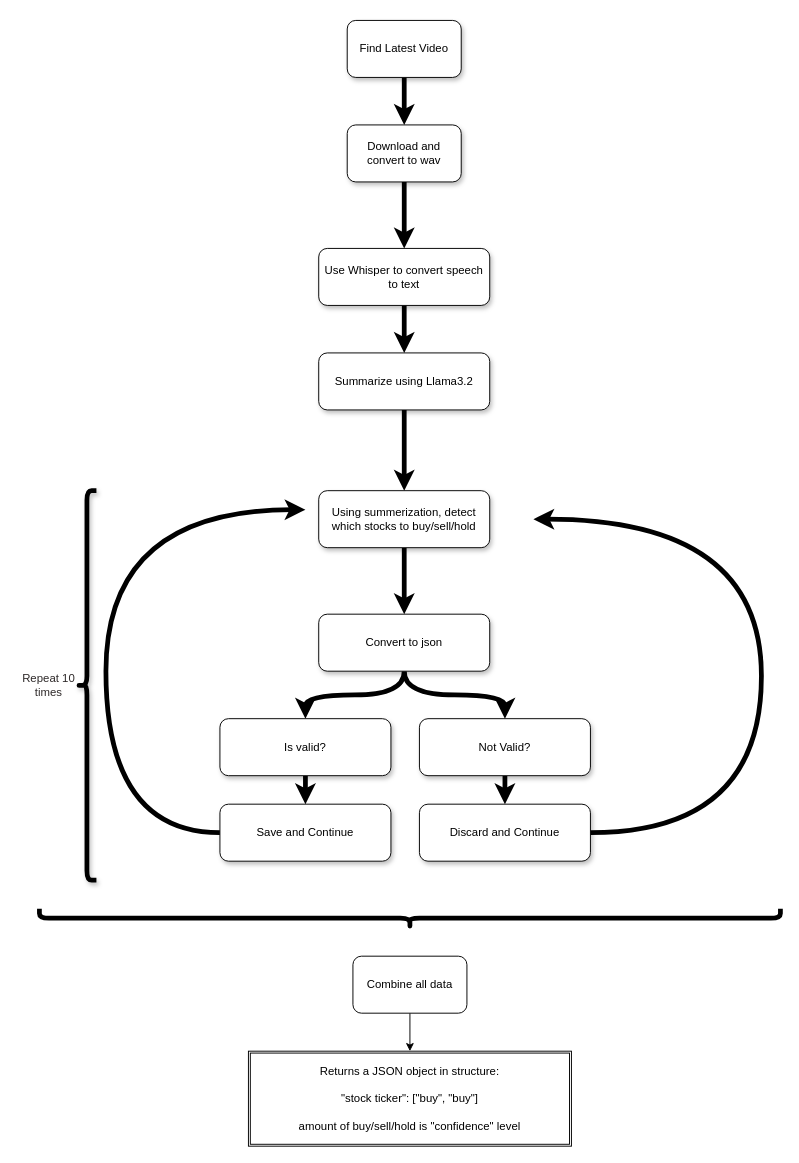
This is page "C4 Context" (1 of 4) of draw.drawio from ved-patel226/MadMoneyAI, a draw.io file, before an edit. Source tidied: cells renumbered, new cells numbered last; positions are measured from the earlier drawing's top-left corner, leaving out a move shared by most shapes. Both pictures are drawn from the tidied source at 95%, with x=0, y=0 at pixel (20, 20).
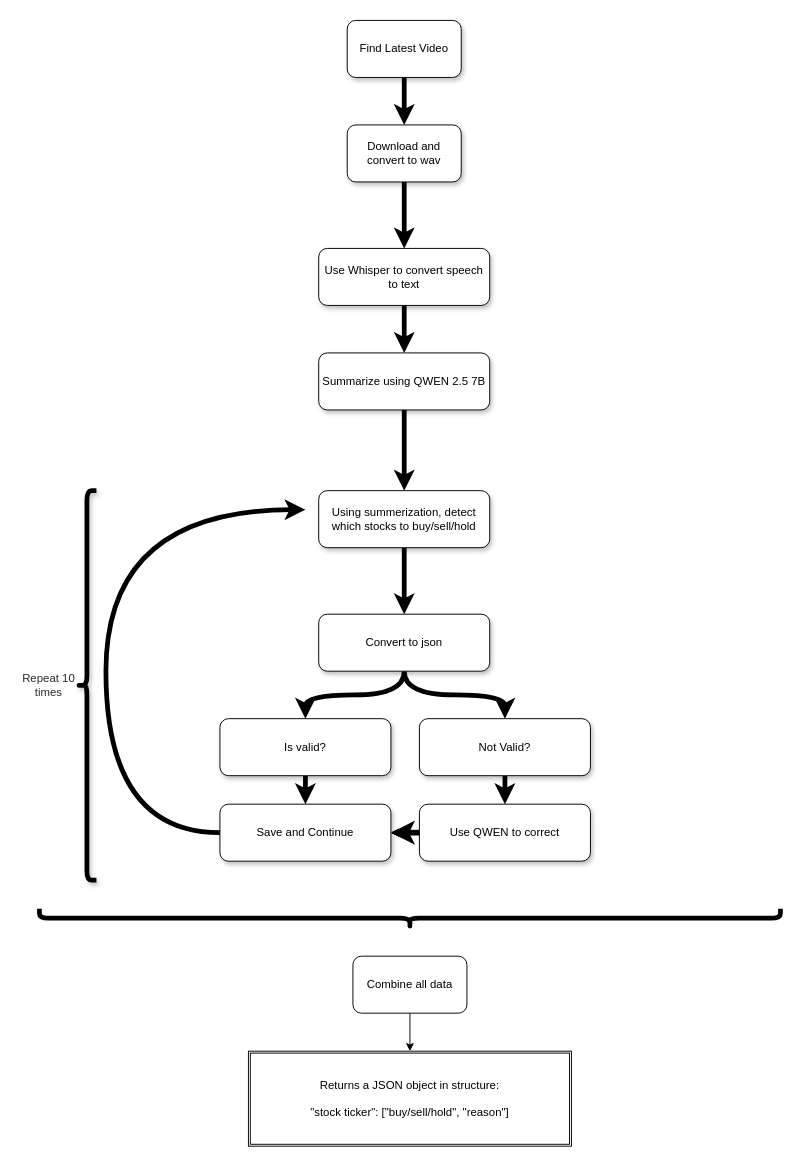
Above is the later version.

Diff of the diagram source:
```diff
@@
-    <mxCell id="9" value="Summarize using Llama3.2" style="rounded=1;whiteSpace=wrap;html=1;glass=0;shadow=1;" parent="1" vertex="1">
+    <mxCell id="9" value="Summarize using QWEN 2.5 7B" style="rounded=1;whiteSpace=wrap;html=1;glass=0;shadow=1;" parent="1" vertex="1">
       <mxGeometry x="314" y="350" width="180" height="60" as="geometry" />
     </mxCell>
@@
-    <mxCell id="20" value="Save and Continue" style="rounded=1;whiteSpace=wrap;html=1;glass=0;shadow=1;" parent="1" vertex="1">
+    <mxCell id="20" value="Save and Continue" style="rounded=1;whiteSpace=wrap;html=1;glass=0;shadow=1;strokeWidth=1;" parent="1" vertex="1">
       <mxGeometry x="210" y="825" width="180" height="60" as="geometry" />
     </mxCell>
-    <mxCell id="21" style="edgeStyle=orthogonalEdgeStyle;curved=1;html=1;fontColor=#000000;strokeColor=#000000;strokeWidth=5;" parent="1" edge="1" source="22">
-      <mxGeometry relative="1" as="geometry">
-        <mxPoint x="540" y="525" as="targetPoint" />
-        <Array as="points">
-          <mxPoint x="780" y="855" />
-          <mxPoint x="780" y="525" />
-        </Array>
-      </mxGeometry>
-    </mxCell>
+    <mxCell id="30" style="edgeStyle=none;html=1;entryX=1;entryY=0.5;entryDx=0;entryDy=0;" parent="1" edge="1" source="22" target="20">
+      <mxGeometry relative="1" as="geometry" />
+    </mxCell>
+    <mxCell id="31" style="edgeStyle=none;html=1;strokeColor=#000000;" parent="1" edge="1" source="22">
+      <mxGeometry relative="1" as="geometry">
+        <mxPoint x="390" y="855" as="targetPoint" />
+      </mxGeometry>
+    </mxCell>
+    <mxCell id="32" style="edgeStyle=none;html=1;strokeColor=#000000;" parent="1" edge="1" source="22" target="20">
+      <mxGeometry relative="1" as="geometry" />
+    </mxCell>
+    <mxCell id="33" style="edgeStyle=none;html=1;strokeColor=#000000;" parent="1" edge="1" source="22" target="20">
+      <mxGeometry relative="1" as="geometry" />
+    </mxCell>
+    <mxCell id="34" style="edgeStyle=none;html=1;strokeColor=#000000;strokeWidth=6;" parent="1" edge="1" source="22" target="20">
+      <mxGeometry relative="1" as="geometry" />
+    </mxCell>
-    <mxCell id="22" value="Discard and Continue" style="rounded=1;whiteSpace=wrap;html=1;glass=0;shadow=1;" parent="1" vertex="1">
+    <mxCell id="22" value="Use QWEN to correct" style="rounded=1;whiteSpace=wrap;html=1;glass=0;shadow=1;" parent="1" vertex="1">
       <mxGeometry x="420" y="825" width="180" height="60" as="geometry" />
     </mxCell>
@@
-    <mxCell id="27" value="Returns a JSON object in structure:&lt;br&gt;&lt;br&gt;&quot;stock ticker&quot;: [&quot;buy&quot;, &quot;buy&quot;]&lt;br&gt;&lt;br&gt;amount of buy/sell/hold is &quot;confidence&quot; level" style="shape=ext;double=1;rounded=0;whiteSpace=wrap;html=1;" parent="1" vertex="1">
+    <mxCell id="27" value="Returns a JSON object in structure:&lt;br&gt;&lt;br&gt;&quot;stock ticker&quot;: [&quot;buy/sell/hold&quot;, &quot;reason&quot;]" style="shape=ext;double=1;rounded=0;whiteSpace=wrap;html=1;" parent="1" vertex="1">
       <mxGeometry x="240" y="1085" width="340" height="100" as="geometry" />
     </mxCell>
```
